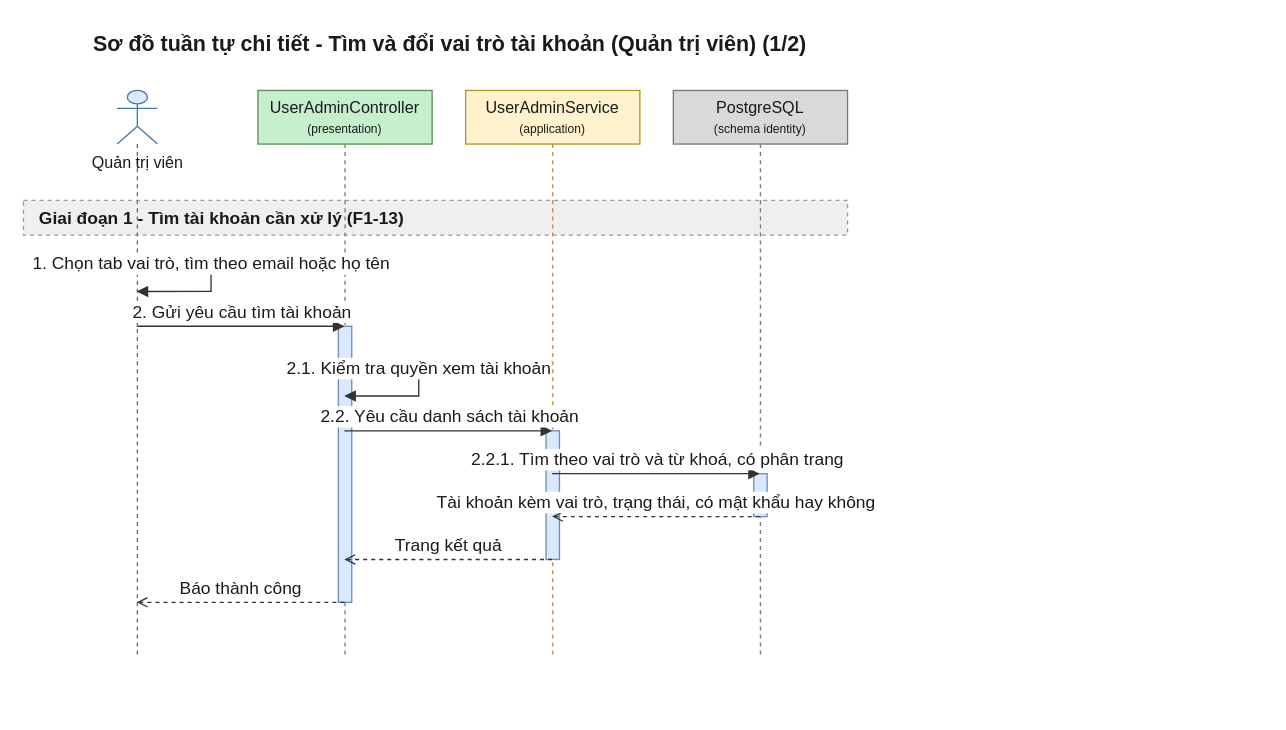
This is 08-diagram/sequence/admin/sequence_admin_doi_vai_tro_nguoi_dung_p1.drawio from daiphu1801/PRJ_ALGOPREP, a draw.io file, before an edit. Source tidied: cells renumbered, new cells numbered last; positions are measured from the earlier drawing's top-left corner, leaving out a move shared by most shapes. Both pictures are drawn from the tidied source at 134%, with x=0, y=0 at pixel (23, 23).
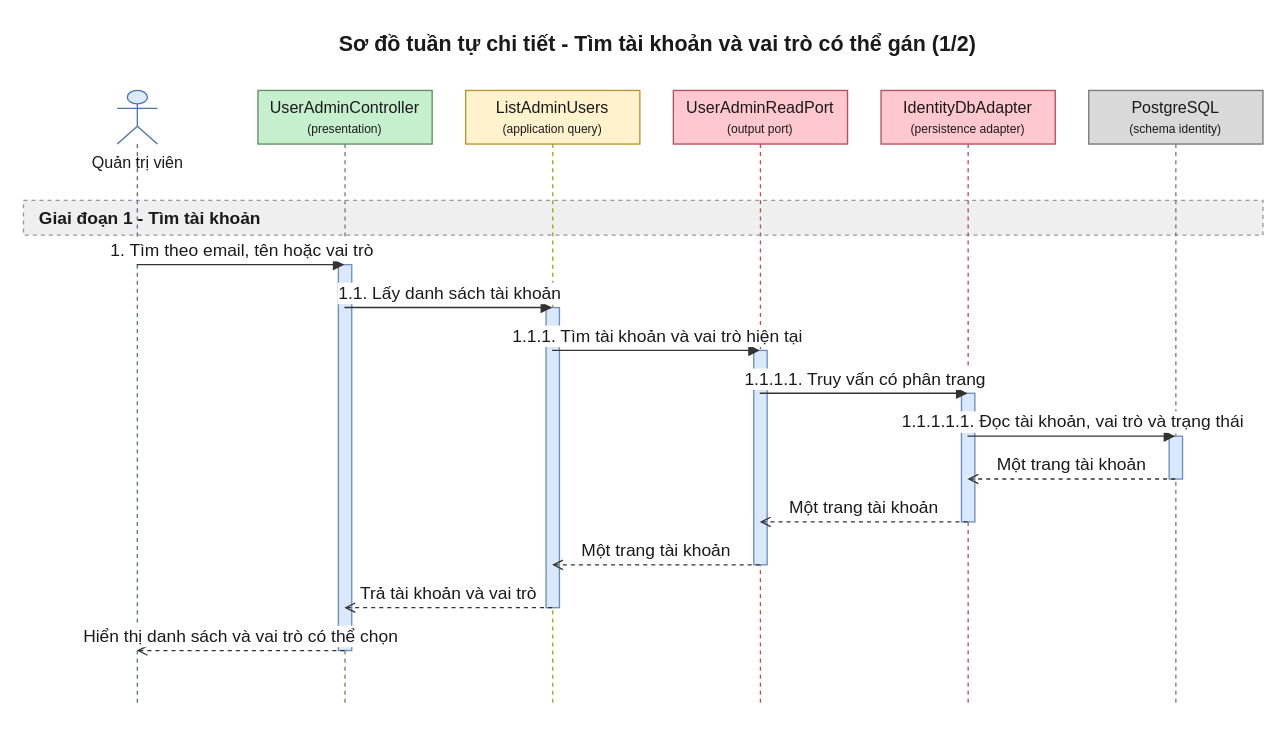
After the change.

The edit, as a diff of the source:
```diff
@@
-    <mxCell id="2" value="Sơ đồ tuần tự chi tiết - Tìm và đổi vai trò tài khoản (Quản trị viên) (1/2)" style="text;html=1;fontSize=16;fontStyle=1;align=center;verticalAlign=middle;fontColor=#1A1A1A;" parent="1" vertex="1">
-      <mxGeometry x="20" width="595" height="30" as="geometry" />
+    <mxCell id="2" value="Sơ đồ tuần tự chi tiết - Tìm tài khoản và vai trò có thể gán (1/2)" style="text;html=1;fontSize=16;fontStyle=1;align=center;verticalAlign=middle;fontColor=#1A1A1A;" parent="1" vertex="1">
+      <mxGeometry x="20" width="905" height="30" as="geometry" />
     </mxCell>
-    <mxCell id="3" value="Giai đoạn 1 - Tìm tài khoản cần xử lý (F1-13)" style="algoprep=phase;rounded=0;whiteSpace=wrap;html=1;fillColor=#EFEFEF;strokeColor=#999999;dashed=1;align=left;verticalAlign=middle;spacingLeft=10;fontColor=#1A1A1A;fontSize=13;fontStyle=1;" parent="1" vertex="1">
-      <mxGeometry y="132" width="615" height="26" as="geometry" />
+    <mxCell id="3" value="Giai đoạn 1 - Tìm tài khoản" style="algoprep=phase;rounded=0;whiteSpace=wrap;html=1;fillColor=#EFEFEF;strokeColor=#999999;dashed=1;align=left;verticalAlign=middle;spacingLeft=10;fontColor=#1A1A1A;fontSize=13;fontStyle=1;" parent="1" vertex="1">
+      <mxGeometry y="132" width="925" height="26" as="geometry" />
     </mxCell>
     <mxCell id="4" value="Quản trị viên" style="shape=umlLifeline;participant=umlActor;perimeter=lifelinePerimeter;html=1;outlineConnect=0;size=40;verticalAlign=top;spacingTop=40;fillColor=#DCEBFC;strokeColor=#4A76A8;fontColor=#1A1A1A;" parent="1" vertex="1">
-      <mxGeometry x="70" y="50" width="30" height="424" as="geometry" />
+      <mxGeometry x="70" y="50" width="30" height="460" as="geometry" />
     </mxCell>
     <mxCell id="5" value="UserAdminController&lt;br&gt;&lt;font style=&quot;font-size:9px&quot;&gt;(presentation)&lt;/font&gt;" style="shape=umlLifeline;perimeter=lifelinePerimeter;whiteSpace=wrap;html=1;outlineConnect=0;size=40;fillColor=#C6EFCE;strokeColor=#5E8E5E;fontColor=#1A1A1A;" parent="1" vertex="1">
-      <mxGeometry x="175" y="50" width="130" height="424" as="geometry" />
+      <mxGeometry x="175" y="50" width="130" height="460" as="geometry" />
     </mxCell>
-    <mxCell id="6" value="UserAdminService&lt;br&gt;&lt;font style=&quot;font-size:9px&quot;&gt;(application)&lt;/font&gt;" style="shape=umlLifeline;perimeter=lifelinePerimeter;whiteSpace=wrap;html=1;outlineConnect=0;size=40;fillColor=#FFF2CC;strokeColor=#B8952A;fontColor=#1A1A1A;" parent="1" vertex="1">
-      <mxGeometry x="330" y="50" width="130" height="424" as="geometry" />
+    <mxCell id="6" value="ListAdminUsers&lt;br&gt;&lt;font style=&quot;font-size:9px&quot;&gt;(application query)&lt;/font&gt;" style="shape=umlLifeline;perimeter=lifelinePerimeter;whiteSpace=wrap;html=1;outlineConnect=0;size=40;fillColor=#FFF2CC;strokeColor=#B8952A;fontColor=#1A1A1A;" parent="1" vertex="1">
+      <mxGeometry x="330" y="50" width="130" height="460" as="geometry" />
     </mxCell>
-    <mxCell id="7" value="PostgreSQL&lt;br&gt;&lt;font style=&quot;font-size:9px&quot;&gt;(schema identity)&lt;/font&gt;" style="shape=umlLifeline;perimeter=lifelinePerimeter;whiteSpace=wrap;html=1;outlineConnect=0;size=40;fillColor=#D9D9D9;strokeColor=#7A7A7A;fontColor=#1A1A1A;" parent="1" vertex="1">
-      <mxGeometry x="485" y="50" width="130" height="424" as="geometry" />
+    <mxCell id="7" value="UserAdminReadPort&lt;br&gt;&lt;font style=&quot;font-size:9px&quot;&gt;(output port)&lt;/font&gt;" style="shape=umlLifeline;perimeter=lifelinePerimeter;whiteSpace=wrap;html=1;outlineConnect=0;size=40;fillColor=#FFC7CE;strokeColor=#B0525E;fontColor=#1A1A1A;" parent="1" vertex="1">
+      <mxGeometry x="485" y="50" width="130" height="460" as="geometry" />
     </mxCell>
-    <mxCell id="8" style="html=1;points=[[0,0,0,0,0],[0,1,0,0,0],[1,0,0,0,0],[1,1,0,0,0]];perimeter=orthogonalPerimeter;outlineConnect=0;targetShapes=umlLifeline;fillColor=#DAE8FC;strokeColor=#6C8EBF;" parent="7" vertex="1">
-      <mxGeometry x="60" y="286" width="10" height="32" as="geometry" />
+    <mxCell id="8" value="IdentityDbAdapter&lt;br&gt;&lt;font style=&quot;font-size:9px&quot;&gt;(persistence adapter)&lt;/font&gt;" style="shape=umlLifeline;perimeter=lifelinePerimeter;whiteSpace=wrap;html=1;outlineConnect=0;size=40;fillColor=#FFC7CE;strokeColor=#B0525E;fontColor=#1A1A1A;" parent="1" vertex="1">
+      <mxGeometry x="640" y="50" width="130" height="460" as="geometry" />
     </mxCell>
-    <mxCell id="9" style="html=1;points=[[0,0,0,0,0],[0,1,0,0,0],[1,0,0,0,0],[1,1,0,0,0]];perimeter=orthogonalPerimeter;outlineConnect=0;targetShapes=umlLifeline;fillColor=#DAE8FC;strokeColor=#6C8EBF;" parent="6" vertex="1">
-      <mxGeometry x="60" y="254" width="10" height="96" as="geometry" />
+    <mxCell id="9" value="PostgreSQL&lt;br&gt;&lt;font style=&quot;font-size:9px&quot;&gt;(schema identity)&lt;/font&gt;" style="shape=umlLifeline;perimeter=lifelinePerimeter;whiteSpace=wrap;html=1;outlineConnect=0;size=40;fillColor=#D9D9D9;strokeColor=#7A7A7A;fontColor=#1A1A1A;" parent="1" vertex="1">
+      <mxGeometry x="795" y="50" width="130" height="460" as="geometry" />
     </mxCell>
-    <mxCell id="10" style="html=1;perimeter=orthogonalPerimeter;targetShapes=umlLifeline;fillColor=#DAE8FC;strokeColor=#6C8EBF;" parent="5" vertex="1">
-      <mxGeometry x="60" y="176" width="10" height="206" as="geometry" />
+    <mxCell id="10" style="html=1;perimeter=orthogonalPerimeter;targetShapes=umlLifeline;fillColor=#DAE8FC;strokeColor=#6C8EBF;" parent="9" vertex="1">
+      <mxGeometry x="60" y="258" width="10" height="32" as="geometry" />
     </mxCell>
-    <mxCell id="11" value="1. Chọn tab vai trò, tìm theo email hoặc họ tên" style="edgeStyle=orthogonalEdgeStyle;rounded=0;html=1;endArrow=block;endFill=1;strokeColor=#333333;fontColor=#1A1A1A;fontSize=13;verticalAlign=bottom;exitX=0.5;exitY=0.3066;exitDx=0;exitDy=0;entryX=0.5;entryY=0.3538;entryDx=0;entryDy=0;" parent="1" edge="1" source="4" target="4">
-      <mxGeometry relative="1" as="geometry">
-        <Array as="points">
-          <mxPoint x="140" y="180" />
-          <mxPoint x="140" y="200" />
-        </Array>
-      </mxGeometry>
-    </mxCell>
-    <mxCell id="12" value="2. Gửi yêu cầu tìm tài khoản" style="edgeStyle=none;html=1;endArrow=block;endFill=1;strokeColor=#333333;fontColor=#1A1A1A;fontSize=13;verticalAlign=bottom;exitX=0.5;exitY=0.4151;exitDx=0;exitDy=0;entryX=0.5;entryY=0.4151;entryDx=0;entryDy=0;" parent="1" edge="1" source="4" target="5">
-      <mxGeometry relative="1" as="geometry" />
-    </mxCell>
-    <mxCell id="13" value="2.1. Kiểm tra quyền xem tài khoản" style="edgeStyle=orthogonalEdgeStyle;rounded=0;html=1;endArrow=block;endFill=1;strokeColor=#333333;fontColor=#1A1A1A;fontSize=13;verticalAlign=bottom;exitX=0.5;exitY=0.4906;exitDx=0;exitDy=0;entryX=0.5;entryY=0.5377;entryDx=0;entryDy=0;" parent="1" edge="1" source="5" target="5">
-      <mxGeometry relative="1" as="geometry">
-        <Array as="points">
-          <mxPoint x="295" y="258" />
-          <mxPoint x="295" y="278" />
-        </Array>
-      </mxGeometry>
-    </mxCell>
-    <mxCell id="14" value="2.2. Yêu cầu danh sách tài khoản" style="edgeStyle=none;html=1;endArrow=block;endFill=1;strokeColor=#333333;fontColor=#1A1A1A;fontSize=13;verticalAlign=bottom;exitX=0.5;exitY=0.5991;exitDx=0;exitDy=0;entryX=0.5;entryY=0.5991;entryDx=0;entryDy=0;" parent="1" edge="1" source="5" target="6">
-      <mxGeometry relative="1" as="geometry" />
-    </mxCell>
+    <mxCell id="19" style="html=1;perimeter=orthogonalPerimeter;targetShapes=umlLifeline;fillColor=#DAE8FC;strokeColor=#6C8EBF;" parent="8" vertex="1">
+      <mxGeometry x="60" y="226" width="10" height="96" as="geometry" />
+    </mxCell>
+    <mxCell id="20" style="html=1;perimeter=orthogonalPerimeter;targetShapes=umlLifeline;fillColor=#DAE8FC;strokeColor=#6C8EBF;" parent="7" vertex="1">
+      <mxGeometry x="60" y="194" width="10" height="160" as="geometry" />
+    </mxCell>
+    <mxCell id="21" style="html=1;perimeter=orthogonalPerimeter;targetShapes=umlLifeline;fillColor=#DAE8FC;strokeColor=#6C8EBF;" parent="6" vertex="1">
+      <mxGeometry x="60" y="162" width="10" height="224" as="geometry" />
+    </mxCell>
+    <mxCell id="22" style="html=1;perimeter=orthogonalPerimeter;targetShapes=umlLifeline;fillColor=#DAE8FC;strokeColor=#6C8EBF;" parent="5" vertex="1">
+      <mxGeometry x="60" y="130" width="10" height="288" as="geometry" />
+    </mxCell>
-    <mxCell id="15" value="2.2.1. Tìm theo vai trò và từ khoá, có phân trang" style="edgeStyle=none;html=1;endArrow=block;endFill=1;strokeColor=#333333;fontColor=#1A1A1A;fontSize=13;verticalAlign=bottom;exitX=0.5;exitY=0.6745;exitDx=0;exitDy=0;entryX=0.5;entryY=0.6745;entryDx=0;entryDy=0;" parent="1" edge="1" source="6" target="7">
+    <mxCell id="15" value="1. Tìm theo email, tên hoặc vai trò" style="edgeStyle=none;html=1;endArrow=block;endFill=1;strokeColor=#333333;fontColor=#1A1A1A;fontSize=13;verticalAlign=bottom;exitX=0.5;exitY=0.2826;exitDx=0;exitDy=0;entryX=0.5;entryY=0.2826;entryDx=0;entryDy=0;" parent="1" edge="1" source="4" target="5">
       <mxGeometry relative="1" as="geometry" />
     </mxCell>
-    <mxCell id="16" value="Tài khoản kèm vai trò, trạng thái, có mật khẩu hay không" style="edgeStyle=none;html=1;endArrow=open;endFill=0;dashed=1;strokeColor=#333333;fontColor=#1A1A1A;fontSize=13;verticalAlign=bottom;exitX=0.5;exitY=0.7500;exitDx=0;exitDy=0;entryX=0.5;entryY=0.7500;entryDx=0;entryDy=0;" parent="1" edge="1" source="7" target="6">
+    <mxCell id="16" value="1.1. Lấy danh sách tài khoản" style="edgeStyle=none;html=1;endArrow=block;endFill=1;strokeColor=#333333;fontColor=#1A1A1A;fontSize=13;verticalAlign=bottom;exitX=0.5;exitY=0.3522;exitDx=0;exitDy=0;entryX=0.5;entryY=0.3522;entryDx=0;entryDy=0;" parent="1" edge="1" source="5" target="6">
       <mxGeometry relative="1" as="geometry" />
     </mxCell>
-    <mxCell id="17" value="Trang kết quả" style="edgeStyle=none;html=1;endArrow=open;endFill=0;dashed=1;strokeColor=#333333;fontColor=#1A1A1A;fontSize=13;verticalAlign=bottom;exitX=0.5;exitY=0.8255;exitDx=0;exitDy=0;entryX=0.5;entryY=0.8255;entryDx=0;entryDy=0;" parent="1" edge="1" source="6" target="5">
+    <mxCell id="17" value="1.1.1. Tìm tài khoản và vai trò hiện tại" style="edgeStyle=none;html=1;endArrow=block;endFill=1;strokeColor=#333333;fontColor=#1A1A1A;fontSize=13;verticalAlign=bottom;exitX=0.5;exitY=0.4217;exitDx=0;exitDy=0;entryX=0.5;entryY=0.4217;entryDx=0;entryDy=0;" parent="1" edge="1" source="6" target="7">
       <mxGeometry relative="1" as="geometry" />
     </mxCell>
-    <mxCell id="18" value="Báo thành công" style="edgeStyle=none;html=1;endArrow=open;endFill=0;dashed=1;strokeColor=#333333;fontColor=#1A1A1A;fontSize=13;verticalAlign=bottom;exitX=0.5;exitY=0.9009;exitDx=0;exitDy=0;entryX=0.5;entryY=0.9009;entryDx=0;entryDy=0;" parent="1" edge="1" source="5" target="4">
+    <mxCell id="18" value="1.1.1.1. Truy vấn có phân trang" style="edgeStyle=none;html=1;endArrow=block;endFill=1;strokeColor=#333333;fontColor=#1A1A1A;fontSize=13;verticalAlign=bottom;exitX=0.5;exitY=0.4913;exitDx=0;exitDy=0;entryX=0.5;entryY=0.4913;entryDx=0;entryDy=0;" parent="1" edge="1" source="7" target="8">
       <mxGeometry relative="1" as="geometry" />
     </mxCell>
+    <mxCell id="23" value="1.1.1.1.1. Đọc tài khoản, vai trò và trạng thái" style="edgeStyle=none;html=1;endArrow=block;endFill=1;strokeColor=#333333;fontColor=#1A1A1A;fontSize=13;verticalAlign=bottom;exitX=0.5;exitY=0.5609;exitDx=0;exitDy=0;entryX=0.5;entryY=0.5609;entryDx=0;entryDy=0;" parent="1" edge="1" source="8" target="9">
+      <mxGeometry relative="1" as="geometry" />
+    </mxCell>
+    <mxCell id="24" value="Một trang tài khoản" style="edgeStyle=none;html=1;endArrow=open;endFill=0;dashed=1;strokeColor=#333333;fontColor=#1A1A1A;fontSize=13;verticalAlign=bottom;exitX=0.5;exitY=0.6304;exitDx=0;exitDy=0;entryX=0.5;entryY=0.6304;entryDx=0;entryDy=0;" parent="1" edge="1" source="9" target="8">
+      <mxGeometry relative="1" as="geometry" />
+    </mxCell>
+    <mxCell id="25" value="Một trang tài khoản" style="edgeStyle=none;html=1;endArrow=open;endFill=0;dashed=1;strokeColor=#333333;fontColor=#1A1A1A;fontSize=13;verticalAlign=bottom;exitX=0.5;exitY=0.7000;exitDx=0;exitDy=0;entryX=0.5;entryY=0.7000;entryDx=0;entryDy=0;" parent="1" edge="1" source="8" target="7">
+      <mxGeometry relative="1" as="geometry" />
+    </mxCell>
+    <mxCell id="26" value="Một trang tài khoản" style="edgeStyle=none;html=1;endArrow=open;endFill=0;dashed=1;strokeColor=#333333;fontColor=#1A1A1A;fontSize=13;verticalAlign=bottom;exitX=0.5;exitY=0.7696;exitDx=0;exitDy=0;entryX=0.5;entryY=0.7696;entryDx=0;entryDy=0;" parent="1" edge="1" source="7" target="6">
+      <mxGeometry relative="1" as="geometry" />
+    </mxCell>
+    <mxCell id="27" value="Trả tài khoản và vai trò" style="edgeStyle=none;html=1;endArrow=open;endFill=0;dashed=1;strokeColor=#333333;fontColor=#1A1A1A;fontSize=13;verticalAlign=bottom;exitX=0.5;exitY=0.8391;exitDx=0;exitDy=0;entryX=0.5;entryY=0.8391;entryDx=0;entryDy=0;" parent="1" edge="1" source="6" target="5">
+      <mxGeometry relative="1" as="geometry" />
+    </mxCell>
+    <mxCell id="28" value="Hiển thị danh sách và vai trò có thể chọn" style="edgeStyle=none;html=1;endArrow=open;endFill=0;dashed=1;strokeColor=#333333;fontColor=#1A1A1A;fontSize=13;verticalAlign=bottom;exitX=0.5;exitY=0.9087;exitDx=0;exitDy=0;entryX=0.5;entryY=0.9087;entryDx=0;entryDy=0;" parent="1" edge="1" source="5" target="4">
+      <mxGeometry relative="1" as="geometry" />
+    </mxCell>
```
